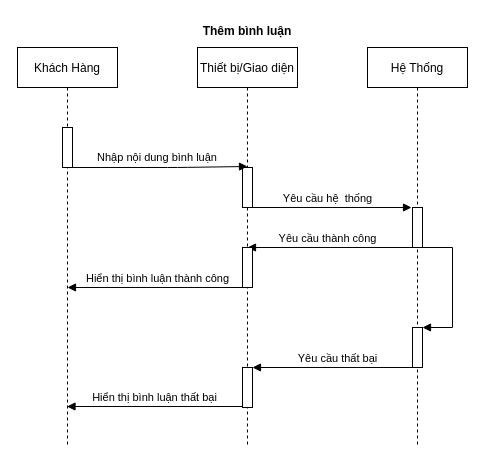
The draw.io diagram Drawio/Add_comment.drawio in LuanMinhNguyen/nhom2thuctapchuyennganh, before the edit. Source tidied: cells renumbered, new cells numbered last; positions are measured from the earlier drawing's top-left corner, leaving out a move shared by most shapes. Both pictures are drawn from the tidied source at 100%, with x=0, y=0 at pixel (17, 17).
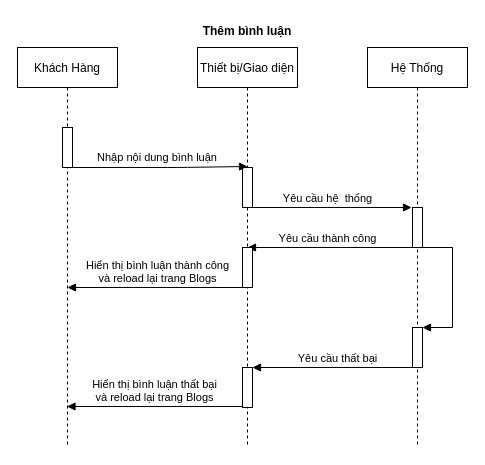
Above is the later version.

Commit message:
So_do_tuan_tu_Addcomment

Unchanged cells that the change refers to:
```xml
<mxCell id="2" value="Khách Hàng" style="shape=umlLifeline;perimeter=lifelinePerimeter;rounded=0;shadow=0;strokeWidth=1;" parent="1" vertex="1">
  <mxGeometry y="30" width="100" height="400" as="geometry" />
</mxCell>
<mxCell id="12" style="points=[];perimeter=orthogonalPerimeter;rounded=0;shadow=0;strokeWidth=1;" parent="1" vertex="1">
  <mxGeometry x="225" y="230" width="10" height="40" as="geometry" />
</mxCell>
```

Diff of the diagram source:
```diff
@@
-    <mxCell id="11" value="Hiển thị bình luận thành công" style="html=1;verticalAlign=bottom;endArrow=block;exitX=0.5;exitY=1;exitDx=0;exitDy=0;exitPerimeter=0;" parent="1" edge="1" source="12">
+    <mxCell id="11" value="Hiển thị bình luận thành công&lt;br&gt;và reload lại trang Blogs" style="html=1;verticalAlign=bottom;endArrow=block;exitX=0.5;exitY=1;exitDx=0;exitDy=0;exitPerimeter=0;" parent="1" edge="1" source="12">
       <mxGeometry relative="1" as="geometry">
         <mxPoint x="50" y="270" as="targetPoint" />
       </mxGeometry>
     </mxCell>
@@
-    <mxCell id="17" value="Hiển thị bình luận thất bại" style="html=1;verticalAlign=bottom;endArrow=block;exitX=0.5;exitY=1;exitDx=0;exitDy=0;exitPerimeter=0;" parent="1" edge="1" target="2">
+    <mxCell id="17" value="Hiển thị bình luận thất bại&lt;br&gt;và reload lại trang Blogs" style="html=1;verticalAlign=bottom;endArrow=block;exitX=0.5;exitY=1;exitDx=0;exitDy=0;exitPerimeter=0;" parent="1" edge="1" target="2">
       <mxGeometry relative="1" as="geometry">
         <mxPoint x="225" y="389" as="sourcePoint" />
       </mxGeometry>
     </mxCell>
```
